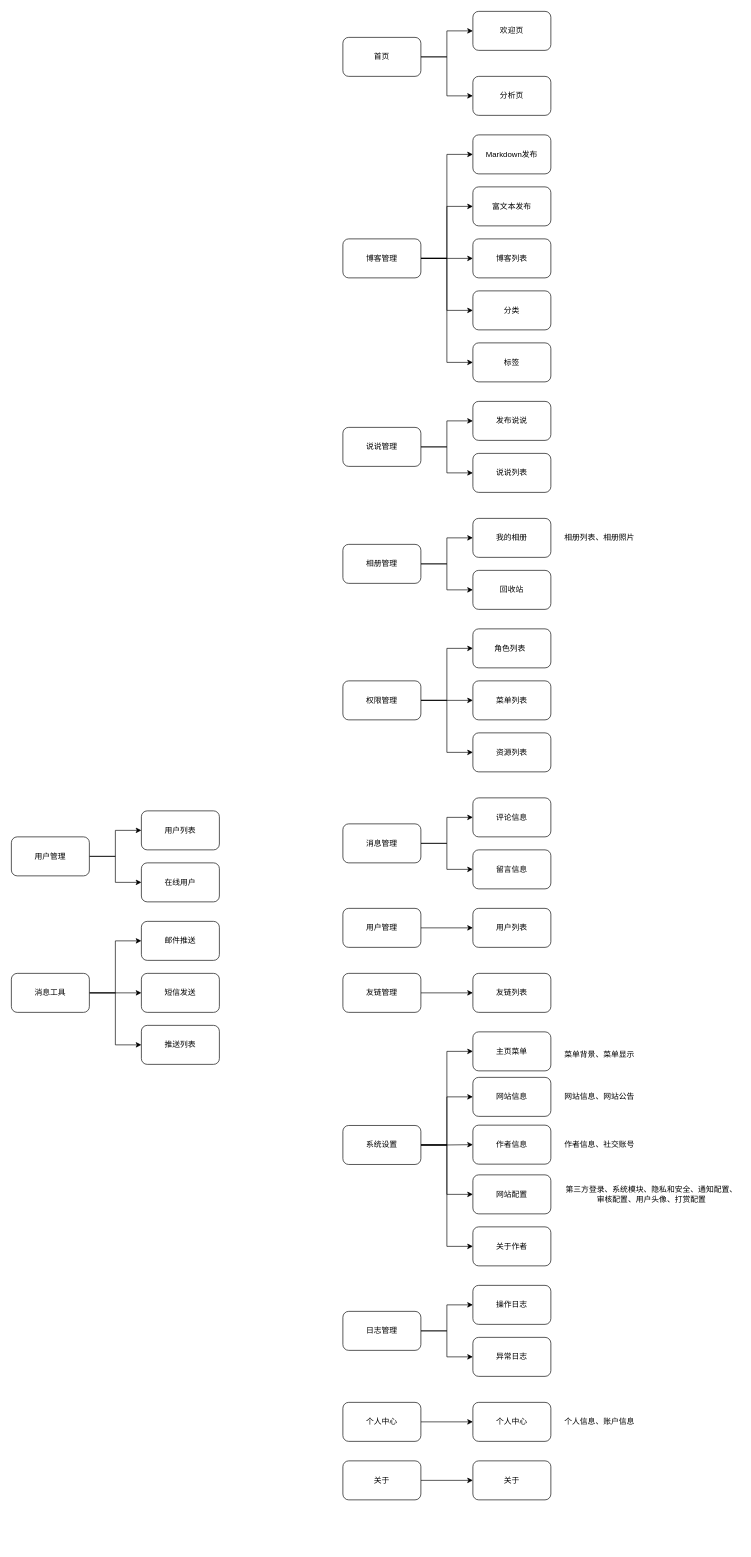
xiaowansheng/Project-Design keeps this draw.io diagram as GGBlog Design/后台功能结构图.drawio. Above is the earlier version. Source tidied: cells renumbered, new cells numbered last; positions are measured from the earlier drawing's top-left corner, leaving out a move shared by most shapes. Both pictures are drawn from the tidied source at 65%, with x=0, y=0 at pixel (11, 11).
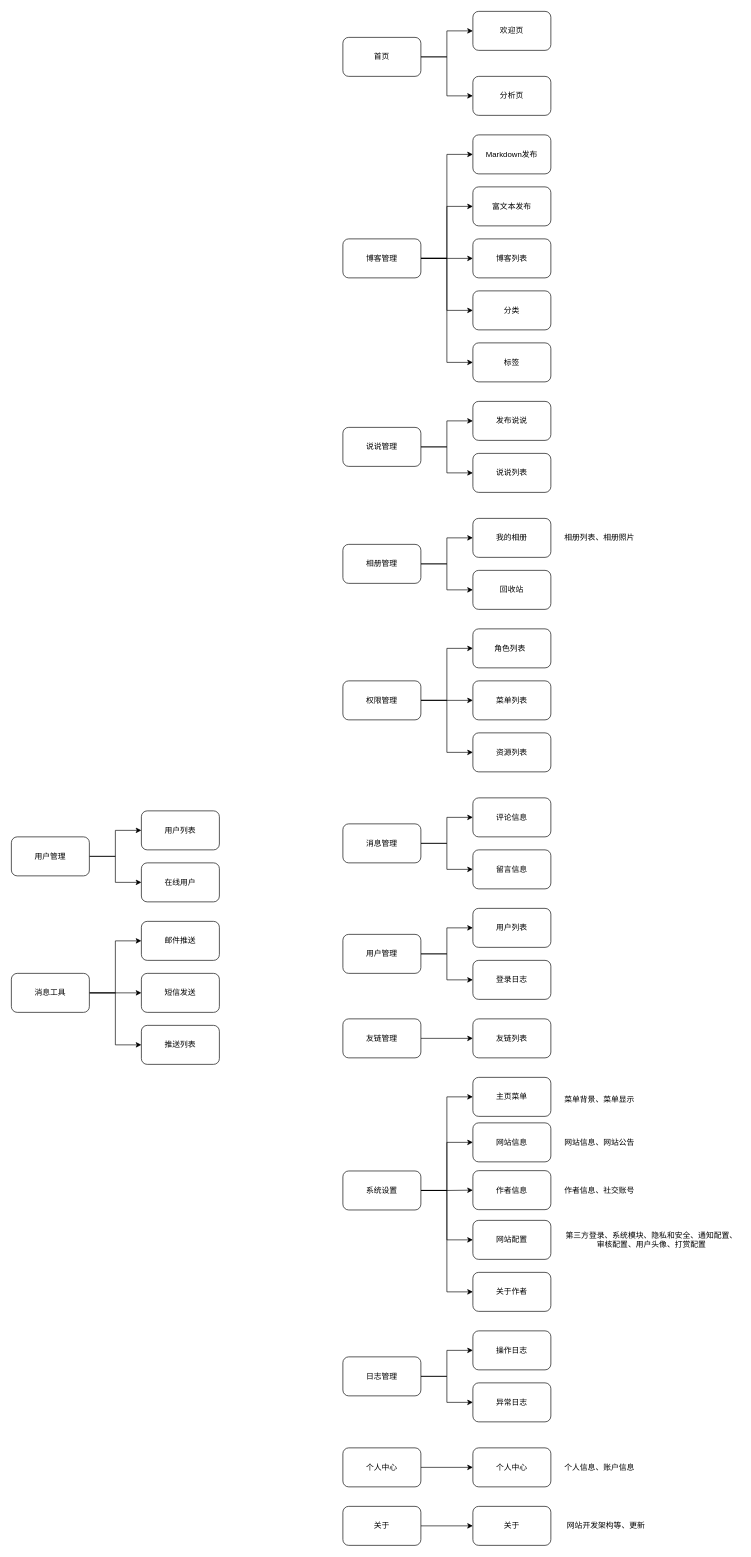
After the change.

Commit message:
更新后台功能结构图.drawio

The edit, as a diff of the source:
```diff
@@
+    <mxCell id="86" style="edgeStyle=orthogonalEdgeStyle;rounded=0;jettySize=auto;html=1;exitX=1;exitY=0.5;exitDx=0;exitDy=0;entryX=0;entryY=0.5;entryDx=0;entryDy=0;" parent="1" edge="1" source="48" target="88">
+      <mxGeometry relative="1" as="geometry" />
+    </mxCell>
     <mxCell id="48" value="用户管理" style="rounded=1;whiteSpace=wrap;html=1;" parent="1" vertex="1">
-      <mxGeometry x="510" y="1380" width="120" height="60" as="geometry" />
+      <mxGeometry x="510" y="1420" width="120" height="60" as="geometry" />
     </mxCell>
@@
     <mxCell id="60" value="系统设置" style="rounded=1;whiteSpace=wrap;html=1;" parent="1" vertex="1">
-      <mxGeometry x="510" y="1714" width="120" height="60" as="geometry" />
+      <mxGeometry x="510" y="1784" width="120" height="60" as="geometry" />
     </mxCell>
     <mxCell id="61" value="主页菜单" style="rounded=1;whiteSpace=wrap;html=1;" parent="1" vertex="1">
-      <mxGeometry x="710" y="1570" width="120" height="60" as="geometry" />
+      <mxGeometry x="710" y="1640" width="120" height="60" as="geometry" />
     </mxCell>
     <mxCell id="62" value="网站信息" style="rounded=1;whiteSpace=wrap;html=1;" parent="1" vertex="1">
-      <mxGeometry x="710" y="1640" width="120" height="60" as="geometry" />
+      <mxGeometry x="710" y="1710" width="120" height="60" as="geometry" />
     </mxCell>
     <mxCell id="63" value="作者信息" style="rounded=1;whiteSpace=wrap;html=1;" parent="1" vertex="1">
-      <mxGeometry x="710" y="1713.5" width="120" height="60" as="geometry" />
+      <mxGeometry x="710" y="1783.5" width="120" height="60" as="geometry" />
     </mxCell>
@@
     <mxCell id="65" value="友链管理" style="rounded=1;whiteSpace=wrap;html=1;" parent="1" vertex="1">
-      <mxGeometry x="510" y="1480" width="120" height="60" as="geometry" />
+      <mxGeometry x="510" y="1550" width="120" height="60" as="geometry" />
     </mxCell>
     <mxCell id="66" value="友链列表" style="rounded=1;whiteSpace=wrap;html=1;" parent="1" vertex="1">
-      <mxGeometry x="710" y="1480" width="120" height="60" as="geometry" />
+      <mxGeometry x="710" y="1550" width="120" height="60" as="geometry" />
     </mxCell>
     <mxCell id="67" value="网站配置" style="rounded=1;whiteSpace=wrap;html=1;" parent="1" vertex="1">
-      <mxGeometry x="710" y="1790" width="120" height="60" as="geometry" />
+      <mxGeometry x="710" y="1860" width="120" height="60" as="geometry" />
     </mxCell>
     <mxCell id="68" value="关于作者" style="rounded=1;whiteSpace=wrap;html=1;" parent="1" vertex="1">
-      <mxGeometry x="710" y="1870" width="120" height="60" as="geometry" />
+      <mxGeometry x="710" y="1940" width="120" height="60" as="geometry" />
     </mxCell>
@@
     <mxCell id="71" value="日志管理" style="rounded=1;whiteSpace=wrap;html=1;" parent="1" vertex="1">
-      <mxGeometry x="510" y="2000" width="120" height="60" as="geometry" />
+      <mxGeometry x="510" y="2070" width="120" height="60" as="geometry" />
     </mxCell>
     <mxCell id="72" value="操作日志" style="rounded=1;whiteSpace=wrap;html=1;" parent="1" vertex="1">
-      <mxGeometry x="710" y="1960" width="120" height="60" as="geometry" />
+      <mxGeometry x="710" y="2030" width="120" height="60" as="geometry" />
     </mxCell>
     <mxCell id="73" value="异常日志" style="rounded=1;whiteSpace=wrap;html=1;" parent="1" vertex="1">
-      <mxGeometry x="710" y="2040" width="120" height="60" as="geometry" />
+      <mxGeometry x="710" y="2110" width="120" height="60" as="geometry" />
     </mxCell>
@@
     <mxCell id="75" value="个人中心" style="rounded=1;whiteSpace=wrap;html=1;" parent="1" vertex="1">
-      <mxGeometry x="510" y="2140" width="120" height="60" as="geometry" />
+      <mxGeometry x="510" y="2210" width="120" height="60" as="geometry" />
     </mxCell>
     <mxCell id="76" value="个人中心" style="rounded=1;whiteSpace=wrap;html=1;" parent="1" vertex="1">
-      <mxGeometry x="710" y="2140" width="120" height="60" as="geometry" />
+      <mxGeometry x="710" y="2210" width="120" height="60" as="geometry" />
     </mxCell>
@@
     <mxCell id="78" value="关于" style="rounded=1;whiteSpace=wrap;html=1;" parent="1" vertex="1">
-      <mxGeometry x="510" y="2230" width="120" height="60" as="geometry" />
+      <mxGeometry x="510" y="2300" width="120" height="60" as="geometry" />
     </mxCell>
     <mxCell id="79" value="关于" style="rounded=1;whiteSpace=wrap;html=1;" parent="1" vertex="1">
-      <mxGeometry x="710" y="2230" width="120" height="60" as="geometry" />
+      <mxGeometry x="710" y="2300" width="120" height="60" as="geometry" />
     </mxCell>
     <mxCell id="80" value="个人信息、账户信息" style="text;html=1;strokeColor=none;fillColor=none;align=center;verticalAlign=middle;whiteSpace=wrap;rounded=0;" parent="1" vertex="1">
-      <mxGeometry x="850" y="2155" width="110" height="30" as="geometry" />
+      <mxGeometry x="850" y="2225" width="110" height="30" as="geometry" />
     </mxCell>
     <mxCell id="81" value="第三方登录、系统模块、隐私和安全、通知配置、审核配置、用户头像、打赏配置" style="text;html=1;strokeColor=none;fillColor=none;align=center;verticalAlign=middle;whiteSpace=wrap;rounded=0;" parent="1" vertex="1">
-      <mxGeometry x="850" y="1805" width="270" height="30" as="geometry" />
+      <mxGeometry x="850" y="1875" width="270" height="30" as="geometry" />
     </mxCell>
     <mxCell id="82" value="网站信息、网站公告" style="text;html=1;strokeColor=none;fillColor=none;align=center;verticalAlign=middle;whiteSpace=wrap;rounded=0;" parent="1" vertex="1">
-      <mxGeometry x="850" y="1655" width="110" height="30" as="geometry" />
+      <mxGeometry x="850" y="1725" width="110" height="30" as="geometry" />
     </mxCell>
     <mxCell id="83" value="作者信息、社交账号" style="text;html=1;strokeColor=none;fillColor=none;align=center;verticalAlign=middle;whiteSpace=wrap;rounded=0;" parent="1" vertex="1">
-      <mxGeometry x="850" y="1729" width="110" height="30" as="geometry" />
+      <mxGeometry x="850" y="1799" width="110" height="30" as="geometry" />
     </mxCell>
     <mxCell id="84" value="菜单背景、菜单显示" style="text;html=1;strokeColor=none;fillColor=none;align=center;verticalAlign=middle;whiteSpace=wrap;rounded=0;" parent="1" vertex="1">
-      <mxGeometry x="850" y="1590" width="110" height="30" as="geometry" />
+      <mxGeometry x="850" y="1660" width="110" height="30" as="geometry" />
     </mxCell>
@@
+    <mxCell id="87" value="网站开发架构等、更新" style="text;html=1;strokeColor=none;fillColor=none;align=center;verticalAlign=middle;whiteSpace=wrap;rounded=0;" parent="1" vertex="1">
+      <mxGeometry x="850" y="2315" width="130" height="30" as="geometry" />
+    </mxCell>
+    <mxCell id="88" value="登录日志" style="rounded=1;whiteSpace=wrap;html=1;" parent="1" vertex="1">
+      <mxGeometry x="710" y="1460" width="120" height="60" as="geometry" />
+    </mxCell>
```
